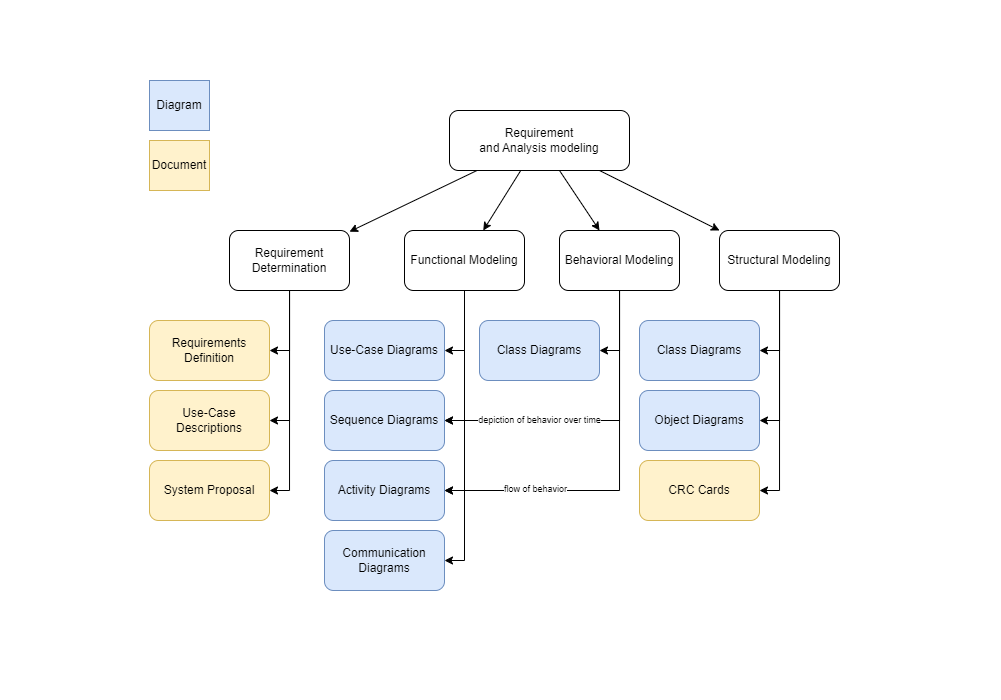
The draw.io diagram imgs/inheritance.png in JustZakary/System-Analysis-Design-Cheat-sheet, before a commit. Source tidied: cells renumbered, new cells last; positions are measured from the earlier drawing's top-left corner, leaving out a move shared by most shapes. The source it was exported from:
```xml
<mxGraphModel>
  <root>
    <mxCell id="0" />
    <mxCell id="1" parent="0" />
    <mxCell id="2" style="rounded=0;jettySize=auto;html=1;" parent="1" edge="1" source="6" target="12">
      <mxGeometry relative="1" as="geometry" />
    </mxCell>
    <mxCell id="3" style="rounded=0;jettySize=auto;html=1;" parent="1" edge="1" source="6" target="17">
      <mxGeometry relative="1" as="geometry" />
    </mxCell>
    <mxCell id="4" style="rounded=0;jettySize=auto;html=1;" parent="1" edge="1" source="6" target="21">
      <mxGeometry relative="1" as="geometry" />
    </mxCell>
    <mxCell id="5" style="rounded=0;jettySize=auto;html=1;" parent="1" edge="1" source="6" target="27">
      <mxGeometry relative="1" as="geometry" />
    </mxCell>
    <mxCell id="6" value="&lt;div&gt;Requirement&lt;/div&gt;&lt;div&gt;and Analysis modeling&lt;/div&gt;" style="rounded=1;whiteSpace=wrap;html=1;" parent="1" vertex="1">
      <mxGeometry x="300" y="30" width="180" height="60" as="geometry" />
    </mxCell>
    <mxCell id="7" value="Diagram" style="rounded=0;whiteSpace=wrap;html=1;fillColor=#dae8fc;strokeColor=#6c8ebf;" parent="1" vertex="1">
      <mxGeometry width="60" height="50" as="geometry" />
    </mxCell>
    <mxCell id="8" value="Document" style="rounded=0;whiteSpace=wrap;html=1;fillColor=#fff2cc;strokeColor=#d6b656;" parent="1" vertex="1">
      <mxGeometry y="60" width="60" height="50" as="geometry" />
    </mxCell>
    <mxCell id="9" style="edgeStyle=orthogonalEdgeStyle;rounded=0;jettySize=auto;html=1;" parent="1" edge="1" source="12" target="28">
      <mxGeometry relative="1" as="geometry">
        <Array as="points">
          <mxPoint x="140" y="270" />
        </Array>
      </mxGeometry>
    </mxCell>
    <mxCell id="10" style="edgeStyle=orthogonalEdgeStyle;rounded=0;jettySize=auto;html=1;entryX=1;entryY=0.5;entryDx=0;entryDy=0;" parent="1" edge="1" source="12" target="29">
      <mxGeometry relative="1" as="geometry" />
    </mxCell>
    <mxCell id="11" style="edgeStyle=orthogonalEdgeStyle;rounded=0;jettySize=auto;html=1;entryX=1;entryY=0.5;entryDx=0;entryDy=0;" parent="1" edge="1" source="12" target="30">
      <mxGeometry relative="1" as="geometry" />
    </mxCell>
    <mxCell id="12" value="Requirement Determination" style="rounded=1;whiteSpace=wrap;html=1;" parent="1" vertex="1">
      <mxGeometry x="80" y="150" width="120" height="60" as="geometry" />
    </mxCell>
    <mxCell id="13" style="edgeStyle=orthogonalEdgeStyle;rounded=0;jettySize=auto;html=1;entryX=1;entryY=0.5;entryDx=0;entryDy=0;" parent="1" edge="1" source="17" target="31">
      <mxGeometry relative="1" as="geometry" />
    </mxCell>
    <mxCell id="14" style="edgeStyle=orthogonalEdgeStyle;rounded=0;jettySize=auto;html=1;entryX=1;entryY=0.5;entryDx=0;entryDy=0;" parent="1" edge="1" source="17" target="32">
      <mxGeometry relative="1" as="geometry" />
    </mxCell>
    <mxCell id="15" style="edgeStyle=orthogonalEdgeStyle;rounded=0;jettySize=auto;html=1;entryX=1;entryY=0.5;entryDx=0;entryDy=0;" parent="1" edge="1" source="17" target="33">
      <mxGeometry relative="1" as="geometry" />
    </mxCell>
    <mxCell id="16" style="edgeStyle=orthogonalEdgeStyle;rounded=0;jettySize=auto;html=1;entryX=1;entryY=0.5;entryDx=0;entryDy=0;" parent="1" edge="1" source="17" target="34">
      <mxGeometry relative="1" as="geometry" />
    </mxCell>
    <mxCell id="17" value="Functional Modeling" style="rounded=1;whiteSpace=wrap;html=1;" parent="1" vertex="1">
      <mxGeometry x="255" y="150" width="120" height="60" as="geometry" />
    </mxCell>
    <mxCell id="18" style="edgeStyle=orthogonalEdgeStyle;rounded=0;jettySize=auto;html=1;entryX=1;entryY=0.5;entryDx=0;entryDy=0;" parent="1" edge="1" source="21" target="35">
      <mxGeometry relative="1" as="geometry" />
    </mxCell>
    <mxCell id="19" style="edgeStyle=orthogonalEdgeStyle;rounded=0;jettySize=auto;html=1;entryX=1;entryY=0.5;entryDx=0;entryDy=0;" parent="1" edge="1" source="21" target="36">
      <mxGeometry relative="1" as="geometry" />
    </mxCell>
    <mxCell id="20" style="edgeStyle=orthogonalEdgeStyle;rounded=0;jettySize=auto;html=1;entryX=1;entryY=0.5;entryDx=0;entryDy=0;" parent="1" edge="1" source="21" target="37">
      <mxGeometry relative="1" as="geometry" />
    </mxCell>
    <mxCell id="21" value="Structural Modeling" style="rounded=1;whiteSpace=wrap;html=1;" parent="1" vertex="1">
      <mxGeometry x="570" y="150" width="120" height="60" as="geometry" />
    </mxCell>
    <mxCell id="22" style="edgeStyle=orthogonalEdgeStyle;rounded=0;jettySize=auto;html=1;entryX=1;entryY=0.5;entryDx=0;entryDy=0;" parent="1" edge="1" source="27" target="38">
      <mxGeometry relative="1" as="geometry" />
    </mxCell>
    <mxCell id="23" style="edgeStyle=orthogonalEdgeStyle;rounded=0;jettySize=auto;html=1;entryX=1;entryY=0.5;entryDx=0;entryDy=0;" parent="1" edge="1" source="27" target="32">
      <mxGeometry relative="1" as="geometry">
        <Array as="points">
          <mxPoint x="470" y="340" />
        </Array>
      </mxGeometry>
    </mxCell>
    <mxCell id="24" value="&lt;font style=&quot;font-size: 9px;&quot;&gt;depiction of behavior over time&lt;/font&gt;" style="edgeLabel;html=1;align=center;verticalAlign=middle;" parent="23" vertex="1">
      <mxGeometry x="0.38" y="3" relative="1" as="geometry">
        <mxPoint y="-4" as="offset" />
      </mxGeometry>
    </mxCell>
    <mxCell id="25" style="edgeStyle=orthogonalEdgeStyle;rounded=0;jettySize=auto;html=1;entryX=1;entryY=0.5;entryDx=0;entryDy=0;" parent="1" edge="1" source="27" target="33">
      <mxGeometry relative="1" as="geometry">
        <Array as="points">
          <mxPoint x="470" y="410" />
        </Array>
      </mxGeometry>
    </mxCell>
    <mxCell id="26" value="&lt;font style=&quot;font-size: 9px;&quot;&gt; flow of behavior&lt;/font&gt;" style="edgeLabel;html=1;align=center;verticalAlign=middle;" parent="25" vertex="1">
      <mxGeometry x="0.51" y="3" relative="1" as="geometry">
        <mxPoint y="-5" as="offset" />
      </mxGeometry>
    </mxCell>
    <mxCell id="27" value="Behavioral Modeling" style="rounded=1;whiteSpace=wrap;html=1;" parent="1" vertex="1">
      <mxGeometry x="410" y="150" width="120" height="60" as="geometry" />
    </mxCell>
    <mxCell id="28" value="Requirements Definition" style="rounded=1;whiteSpace=wrap;html=1;fillColor=#fff2cc;strokeColor=#d6b656;" parent="1" vertex="1">
      <mxGeometry y="240" width="120" height="60" as="geometry" />
    </mxCell>
    <mxCell id="29" value="Use-Case Descriptions" style="rounded=1;whiteSpace=wrap;html=1;fillColor=#fff2cc;strokeColor=#d6b656;" parent="1" vertex="1">
      <mxGeometry y="310" width="120" height="60" as="geometry" />
    </mxCell>
    <mxCell id="30" value="System Proposal" style="rounded=1;whiteSpace=wrap;html=1;fillColor=#fff2cc;strokeColor=#d6b656;" parent="1" vertex="1">
      <mxGeometry y="380" width="120" height="60" as="geometry" />
    </mxCell>
    <mxCell id="31" value="Use-Case Diagrams" style="rounded=1;whiteSpace=wrap;html=1;fillColor=#dae8fc;strokeColor=#6c8ebf;" parent="1" vertex="1">
      <mxGeometry x="175" y="240" width="120" height="60" as="geometry" />
    </mxCell>
    <mxCell id="32" value="Sequence Diagrams" style="rounded=1;whiteSpace=wrap;html=1;fillColor=#dae8fc;strokeColor=#6c8ebf;" parent="1" vertex="1">
      <mxGeometry x="175" y="310" width="120" height="60" as="geometry" />
    </mxCell>
    <mxCell id="33" value="Activity Diagrams" style="rounded=1;whiteSpace=wrap;html=1;fillColor=#dae8fc;strokeColor=#6c8ebf;" parent="1" vertex="1">
      <mxGeometry x="175" y="380" width="120" height="60" as="geometry" />
    </mxCell>
    <mxCell id="34" value="Communication Diagrams" style="rounded=1;whiteSpace=wrap;html=1;fillColor=#dae8fc;strokeColor=#6c8ebf;" parent="1" vertex="1">
      <mxGeometry x="175" y="450" width="120" height="60" as="geometry" />
    </mxCell>
    <mxCell id="35" value="Class Diagrams" style="rounded=1;whiteSpace=wrap;html=1;fillColor=#dae8fc;strokeColor=#6c8ebf;" parent="1" vertex="1">
      <mxGeometry x="490" y="240" width="120" height="60" as="geometry" />
    </mxCell>
    <mxCell id="36" value="Object Diagrams" style="rounded=1;whiteSpace=wrap;html=1;fillColor=#dae8fc;strokeColor=#6c8ebf;" parent="1" vertex="1">
      <mxGeometry x="490" y="310" width="120" height="60" as="geometry" />
    </mxCell>
    <mxCell id="37" value="CRC Cards" style="rounded=1;whiteSpace=wrap;html=1;fillColor=#fff2cc;strokeColor=#d6b656;" parent="1" vertex="1">
      <mxGeometry x="490" y="380" width="120" height="60" as="geometry" />
    </mxCell>
    <mxCell id="38" value="Class Diagrams" style="rounded=1;whiteSpace=wrap;html=1;fillColor=#dae8fc;strokeColor=#6c8ebf;" parent="1" vertex="1">
      <mxGeometry x="330" y="240" width="120" height="60" as="geometry" />
    </mxCell>
  </root>
</mxGraphModel>
```
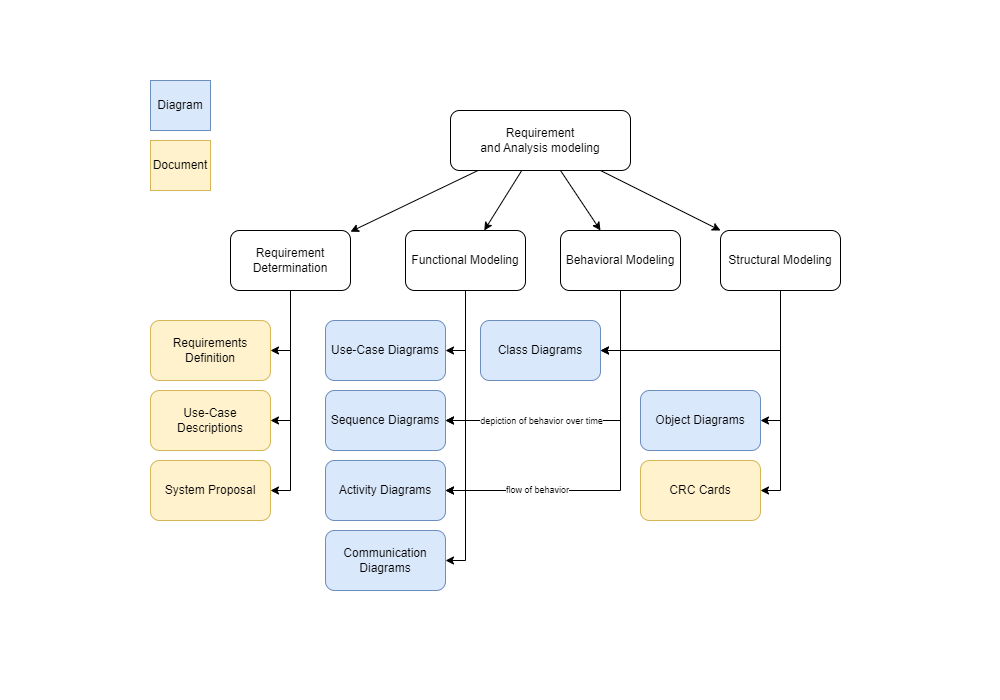
After the commit.

What changed in the source:
```diff
@@ -54,8 +54,12 @@
     <mxCell id="17" value="Functional Modeling" style="rounded=1;whiteSpace=wrap;html=1;" parent="1" vertex="1">
       <mxGeometry x="255" y="150" width="120" height="60" as="geometry" />
     </mxCell>
-    <mxCell id="18" style="edgeStyle=orthogonalEdgeStyle;rounded=0;jettySize=auto;html=1;entryX=1;entryY=0.5;entryDx=0;entryDy=0;" parent="1" edge="1" source="21" target="35">
-      <mxGeometry relative="1" as="geometry" />
+    <mxCell id="18" style="edgeStyle=orthogonalEdgeStyle;rounded=0;jettySize=auto;html=1;entryX=1;entryY=0.5;entryDx=0;entryDy=0;" parent="1" edge="1" source="21" target="38">
+      <mxGeometry relative="1" as="geometry">
+        <Array as="points">
+          <mxPoint x="630" y="270" />
+        </Array>
+      </mxGeometry>
     </mxCell>
     <mxCell id="19" style="edgeStyle=orthogonalEdgeStyle;rounded=0;jettySize=auto;html=1;entryX=1;entryY=0.5;entryDx=0;entryDy=0;" parent="1" edge="1" source="21" target="36">
       <mxGeometry relative="1" as="geometry" />
@@ -117,9 +121,6 @@
     <mxCell id="34" value="Communication Diagrams" style="rounded=1;whiteSpace=wrap;html=1;fillColor=#dae8fc;strokeColor=#6c8ebf;" parent="1" vertex="1">
       <mxGeometry x="175" y="450" width="120" height="60" as="geometry" />
     </mxCell>
-    <mxCell id="35" value="Class Diagrams" style="rounded=1;whiteSpace=wrap;html=1;fillColor=#dae8fc;strokeColor=#6c8ebf;" parent="1" vertex="1">
-      <mxGeometry x="490" y="240" width="120" height="60" as="geometry" />
-    </mxCell>
     <mxCell id="36" value="Object Diagrams" style="rounded=1;whiteSpace=wrap;html=1;fillColor=#dae8fc;strokeColor=#6c8ebf;" parent="1" vertex="1">
       <mxGeometry x="490" y="310" width="120" height="60" as="geometry" />
     </mxCell>
```
